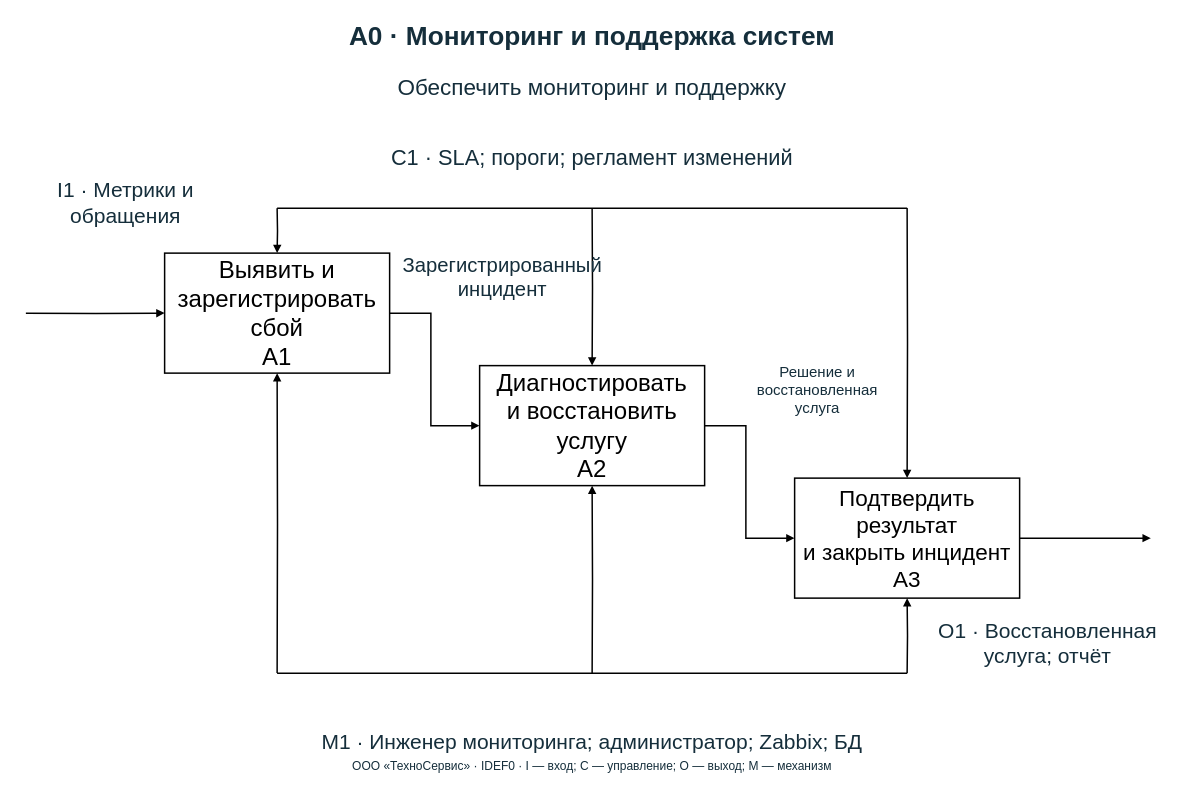
HsSaab/UITU keeps this draw.io diagram as diagrams/monitoring_A0.drawio. Above is the earlier version. Source tidied: cells renumbered, new cells numbered last; positions are measured from the earlier drawing's top-left corner, leaving out a move shared by most shapes. Both pictures are drawn from the tidied source at 75%, with x=0, y=0 at pixel (13, 13).
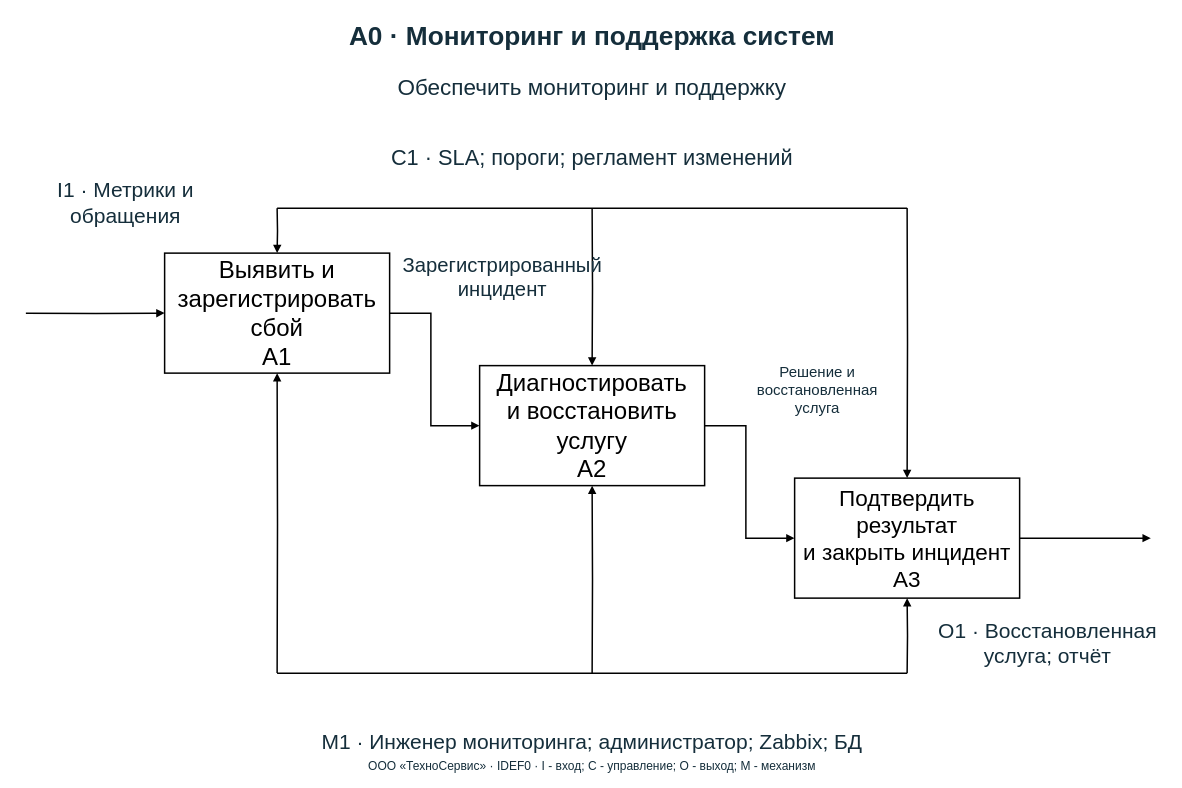
After the change.

Diff of the diagram source:
```diff
@@
-    <mxCell id="25" value="ООО «ТехноСервис» · IDEF0 · I — вход; C — управление; O — выход; M — механизм" style="text;html=0;whiteSpace=wrap;align=center;verticalAlign=middle;fontFamily=Arial;fontSize=16;fontColor=#152e3b;strokeColor=none;fillColor=none;fontStyle=0;" parent="1" vertex="1">
+    <mxCell id="25" value="ООО «ТехноСервис» · IDEF0 · I - вход; C - управление; O - выход; M - механизм" style="text;html=0;whiteSpace=wrap;align=center;verticalAlign=middle;fontFamily=Arial;fontSize=16;fontColor=#152e3b;strokeColor=none;fillColor=none;fontStyle=0;" parent="1" vertex="1">
       <mxGeometry x="2" y="992" width="1540" height="24" as="geometry" />
     </mxCell>
```
